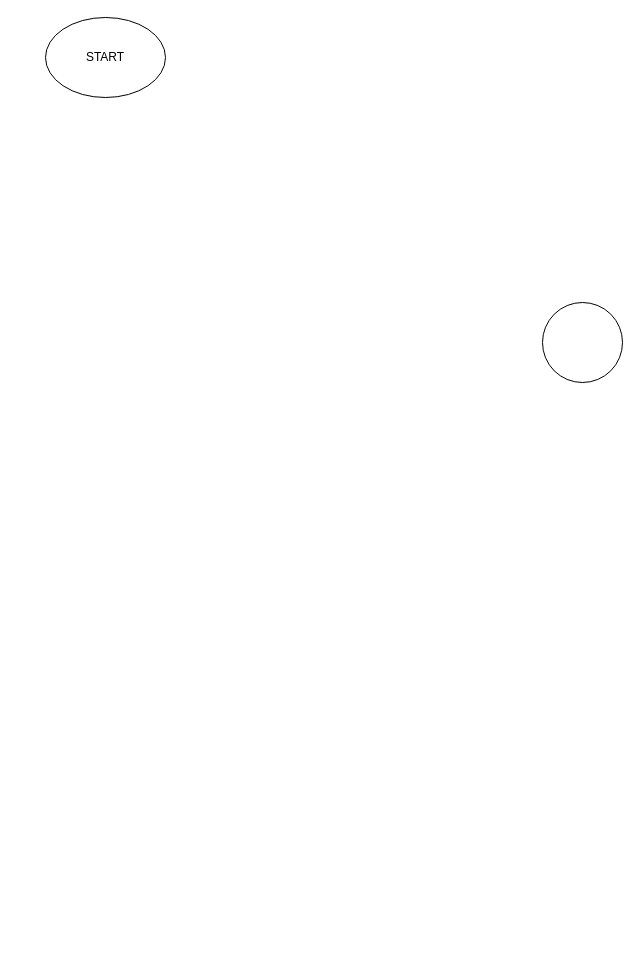
This is page "페이지-3" (3 of 3) of Project_YachtDice/JOIN_MEMBER_FLOW_CHART.drawio from Hara-JS/hara, a draw.io file, before an edit. Source tidied: cells renumbered, new cells numbered last; positions are measured from the earlier drawing's top-left corner, leaving out a move shared by most shapes. Both pictures are drawn from the tidied source at 100%, with x=0, y=0 at pixel (45, 17).
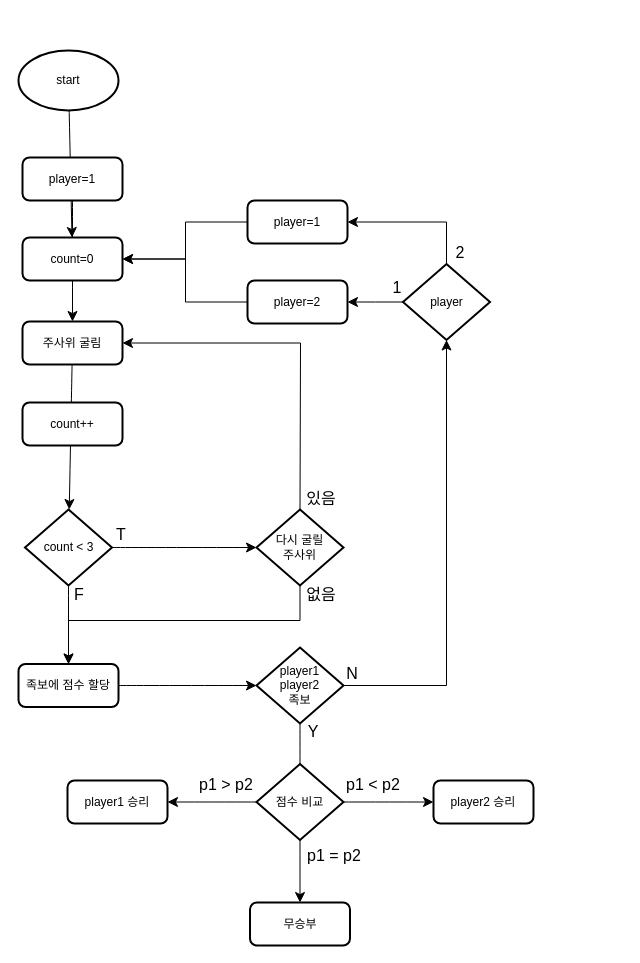
Above is the later version.

Diff of the diagram source:
```diff
@@
-    <mxCell id="2" style="ellipse;whiteSpace=wrap;html=1;" parent="1" vertex="1">
-      <mxGeometry x="497" y="285" width="80" height="80" as="geometry" />
-    </mxCell>
-    <mxCell id="3" value="START" style="ellipse;whiteSpace=wrap;html=1;" parent="1" vertex="1">
-      <mxGeometry width="120" height="80" as="geometry" />
-    </mxCell>
+    <mxCell id="4" style="edgeStyle=none;curved=1;rounded=0;jettySize=auto;html=1;fontSize=12;startSize=8;endSize=8;" parent="1" edge="1" source="5" target="8">
+      <mxGeometry relative="1" as="geometry" />
+    </mxCell>
+    <mxCell id="5" value="start" style="strokeWidth=2;html=1;shape=mxgraph.flowchart.start_1;whiteSpace=wrap;" parent="1" vertex="1">
+      <mxGeometry x="-27" y="33" width="100" height="60" as="geometry" />
+    </mxCell>
+    <mxCell id="6" style="edgeStyle=none;curved=1;rounded=0;jettySize=auto;html=1;fontSize=12;startSize=8;endSize=8;" parent="1" edge="1" source="7" target="10">
+      <mxGeometry relative="1" as="geometry" />
+    </mxCell>
+    <mxCell id="7" value="player=1" style="rounded=1;whiteSpace=wrap;html=1;absoluteArcSize=1;arcSize=14;strokeWidth=2;" parent="1" vertex="1">
+      <mxGeometry x="-23" y="140" width="100" height="43" as="geometry" />
+    </mxCell>
+    <mxCell id="8" value="count=0" style="rounded=1;whiteSpace=wrap;html=1;absoluteArcSize=1;arcSize=14;strokeWidth=2;" parent="1" vertex="1">
+      <mxGeometry x="-23" y="220" width="100" height="43" as="geometry" />
+    </mxCell>
+    <mxCell id="9" style="edgeStyle=none;curved=1;rounded=0;jettySize=auto;html=1;fontSize=12;startSize=8;endSize=8;" parent="1" edge="1" source="10" target="14">
+      <mxGeometry relative="1" as="geometry" />
+    </mxCell>
+    <mxCell id="10" value="주사위 굴림" style="rounded=1;whiteSpace=wrap;html=1;absoluteArcSize=1;arcSize=14;strokeWidth=2;" parent="1" vertex="1">
+      <mxGeometry x="-23" y="304" width="100" height="43" as="geometry" />
+    </mxCell>
+    <mxCell id="11" value="count++" style="rounded=1;whiteSpace=wrap;html=1;absoluteArcSize=1;arcSize=14;strokeWidth=2;" parent="1" vertex="1">
+      <mxGeometry x="-23" y="385" width="100" height="43" as="geometry" />
+    </mxCell>
+    <mxCell id="12" style="edgeStyle=none;curved=1;rounded=0;jettySize=auto;html=1;exitX=0.5;exitY=1;exitDx=0;exitDy=0;exitPerimeter=0;fontSize=12;startSize=8;endSize=8;" parent="1" edge="1" source="14" target="17">
+      <mxGeometry relative="1" as="geometry" />
+    </mxCell>
+    <mxCell id="13" style="edgeStyle=none;curved=1;rounded=0;jettySize=auto;html=1;fontSize=12;startSize=8;endSize=8;" parent="1" edge="1" source="14" target="15">
+      <mxGeometry relative="1" as="geometry" />
+    </mxCell>
+    <mxCell id="14" value="count &amp;lt; 3" style="strokeWidth=2;html=1;shape=mxgraph.flowchart.decision;whiteSpace=wrap;" parent="1" vertex="1">
+      <mxGeometry x="-20.5" y="492" width="87" height="76" as="geometry" />
+    </mxCell>
+    <mxCell id="15" value="다시 굴릴&lt;div&gt;주사위&lt;/div&gt;" style="strokeWidth=2;html=1;shape=mxgraph.flowchart.decision;whiteSpace=wrap;" parent="1" vertex="1">
+      <mxGeometry x="211" y="492" width="87" height="76" as="geometry" />
+    </mxCell>
+    <mxCell id="16" style="edgeStyle=none;curved=1;rounded=0;jettySize=auto;html=1;fontSize=12;startSize=8;endSize=8;" parent="1" edge="1" source="17" target="19">
+      <mxGeometry relative="1" as="geometry" />
+    </mxCell>
+    <mxCell id="17" value="족보에 점수 할당" style="rounded=1;whiteSpace=wrap;html=1;absoluteArcSize=1;arcSize=14;strokeWidth=2;" parent="1" vertex="1">
+      <mxGeometry x="-27" y="646.5" width="100" height="43" as="geometry" />
+    </mxCell>
+    <mxCell id="18" style="edgeStyle=none;curved=1;rounded=0;jettySize=auto;html=1;fontSize=12;startSize=8;endSize=8;" parent="1" edge="1" source="19" target="24">
+      <mxGeometry relative="1" as="geometry" />
+    </mxCell>
+    <mxCell id="19" value="player1&lt;div&gt;player2&lt;/div&gt;&lt;div&gt;족보&lt;/div&gt;" style="strokeWidth=2;html=1;shape=mxgraph.flowchart.decision;whiteSpace=wrap;" parent="1" vertex="1">
+      <mxGeometry x="211" y="630" width="87" height="76" as="geometry" />
+    </mxCell>
+    <mxCell id="20" style="edgeStyle=none;curved=1;rounded=0;jettySize=auto;html=1;fontSize=12;startSize=8;endSize=8;" parent="1" edge="1" source="22" target="23">
+      <mxGeometry relative="1" as="geometry" />
+    </mxCell>
+    <mxCell id="21" style="edgeStyle=none;curved=1;rounded=0;jettySize=auto;html=1;fontSize=12;startSize=8;endSize=8;" parent="1" edge="1" source="22" target="25">
+      <mxGeometry relative="1" as="geometry" />
+    </mxCell>
+    <mxCell id="22" value="점수 비교" style="strokeWidth=2;html=1;shape=mxgraph.flowchart.decision;whiteSpace=wrap;" parent="1" vertex="1">
+      <mxGeometry x="211" y="746.5" width="87" height="76" as="geometry" />
+    </mxCell>
+    <mxCell id="23" value="player1 승리" style="rounded=1;whiteSpace=wrap;html=1;absoluteArcSize=1;arcSize=14;strokeWidth=2;" parent="1" vertex="1">
+      <mxGeometry x="22" y="763" width="100" height="43" as="geometry" />
+    </mxCell>
+    <mxCell id="24" value="무승부" style="rounded=1;whiteSpace=wrap;html=1;absoluteArcSize=1;arcSize=14;strokeWidth=2;" parent="1" vertex="1">
+      <mxGeometry x="204.5" y="885" width="100" height="43" as="geometry" />
+    </mxCell>
+    <mxCell id="25" value="player2 승리" style="rounded=1;whiteSpace=wrap;html=1;absoluteArcSize=1;arcSize=14;strokeWidth=2;" parent="1" vertex="1">
+      <mxGeometry x="388" y="763" width="100" height="43" as="geometry" />
+    </mxCell>
+    <mxCell id="26" value="player" style="strokeWidth=2;html=1;shape=mxgraph.flowchart.decision;whiteSpace=wrap;" parent="1" vertex="1">
+      <mxGeometry x="357.5" y="246.5" width="87" height="76" as="geometry" />
+    </mxCell>
+    <mxCell id="27" value="player=1" style="rounded=1;whiteSpace=wrap;html=1;absoluteArcSize=1;arcSize=14;strokeWidth=2;" parent="1" vertex="1">
+      <mxGeometry x="202" y="183" width="100" height="43" as="geometry" />
+    </mxCell>
+    <mxCell id="28" value="player=2" style="rounded=1;whiteSpace=wrap;html=1;absoluteArcSize=1;arcSize=14;strokeWidth=2;" parent="1" vertex="1">
+      <mxGeometry x="202" y="263" width="100" height="43" as="geometry" />
+    </mxCell>
+    <mxCell id="29" style="edgeStyle=elbowEdgeStyle;elbow=vertical;endArrow=classic;html=1;curved=0;rounded=0;endSize=8;startSize=8;fontSize=12;exitX=0.5;exitY=1;exitDx=0;exitDy=0;exitPerimeter=0;entryX=0.5;entryY=0;entryDx=0;entryDy=0;" parent="1" edge="1" source="15" target="17">
+      <mxGeometry relative="1" as="geometry">
+        <Array as="points">
+          <mxPoint x="139" y="603" />
+        </Array>
+      </mxGeometry>
+    </mxCell>
+    <mxCell id="30" style="edgeStyle=elbowEdgeStyle;elbow=vertical;endArrow=classic;html=1;curved=0;rounded=0;endSize=8;startSize=8;fontSize=12;exitX=1;exitY=0.5;exitDx=0;exitDy=0;exitPerimeter=0;entryX=0.5;entryY=1;entryDx=0;entryDy=0;entryPerimeter=0;" parent="1" edge="1" source="19" target="26">
+      <mxGeometry relative="1" as="geometry">
+        <Array as="points">
+          <mxPoint x="396" y="668" />
+        </Array>
+      </mxGeometry>
+    </mxCell>
+    <mxCell id="31" style="edgeStyle=elbowEdgeStyle;elbow=horizontal;endArrow=classic;html=1;curved=0;rounded=0;endSize=8;startSize=8;fontSize=12;exitX=0;exitY=0.5;exitDx=0;exitDy=0;exitPerimeter=0;entryX=1;entryY=0.5;entryDx=0;entryDy=0;" parent="1" edge="1" source="26" target="28">
+      <mxGeometry relative="1" as="geometry" />
+    </mxCell>
+    <mxCell id="32" style="edgeStyle=elbowEdgeStyle;elbow=horizontal;endArrow=classic;html=1;curved=0;rounded=0;endSize=8;startSize=8;fontSize=12;exitX=0.5;exitY=0;exitDx=0;exitDy=0;exitPerimeter=0;entryX=1;entryY=0.5;entryDx=0;entryDy=0;" parent="1" edge="1" source="26" target="27">
+      <mxGeometry relative="1" as="geometry">
+        <Array as="points">
+          <mxPoint x="401" y="196" />
+        </Array>
+      </mxGeometry>
+    </mxCell>
+    <mxCell id="33" style="edgeStyle=elbowEdgeStyle;elbow=horizontal;endArrow=classic;html=1;curved=0;rounded=0;endSize=8;startSize=8;fontSize=12;exitX=0;exitY=0.5;exitDx=0;exitDy=0;entryX=1;entryY=0.5;entryDx=0;entryDy=0;" parent="1" edge="1" source="27" target="8">
+      <mxGeometry relative="1" as="geometry" />
+    </mxCell>
+    <mxCell id="34" style="edgeStyle=elbowEdgeStyle;elbow=horizontal;endArrow=classic;html=1;curved=0;rounded=0;endSize=8;startSize=8;fontSize=12;exitX=0;exitY=0.5;exitDx=0;exitDy=0;entryX=1;entryY=0.5;entryDx=0;entryDy=0;" parent="1" edge="1" source="28" target="8">
+      <mxGeometry relative="1" as="geometry" />
+    </mxCell>
+    <mxCell id="35" style="edgeStyle=elbowEdgeStyle;elbow=horizontal;endArrow=classic;html=1;curved=0;rounded=0;endSize=8;startSize=8;fontSize=12;exitX=0.5;exitY=0;exitDx=0;exitDy=0;exitPerimeter=0;entryX=1;entryY=0.5;entryDx=0;entryDy=0;" parent="1" edge="1" source="15" target="10">
+      <mxGeometry relative="1" as="geometry">
+        <Array as="points">
+          <mxPoint x="255" y="403" />
+        </Array>
+      </mxGeometry>
+    </mxCell>
+    <mxCell id="36" value="없음" style="text;strokeColor=none;fillColor=none;html=1;align=center;verticalAlign=middle;whiteSpace=wrap;rounded=0;fontSize=16;" parent="1" vertex="1">
+      <mxGeometry x="246.2" y="562" width="60" height="30" as="geometry" />
+    </mxCell>
+    <mxCell id="37" value="Y" style="text;strokeColor=none;fillColor=none;html=1;align=center;verticalAlign=middle;whiteSpace=wrap;rounded=0;fontSize=16;" parent="1" vertex="1">
+      <mxGeometry x="238" y="699" width="60" height="30" as="geometry" />
+    </mxCell>
+    <mxCell id="38" value="N" style="text;strokeColor=none;fillColor=none;html=1;align=center;verticalAlign=middle;whiteSpace=wrap;rounded=0;fontSize=16;" parent="1" vertex="1">
+      <mxGeometry x="277" y="641" width="60" height="30" as="geometry" />
+    </mxCell>
+    <mxCell id="39" value="1" style="text;strokeColor=none;fillColor=none;html=1;align=center;verticalAlign=middle;whiteSpace=wrap;rounded=0;fontSize=16;" parent="1" vertex="1">
+      <mxGeometry x="322" y="255" width="60" height="30" as="geometry" />
+    </mxCell>
+    <mxCell id="40" value="2" style="text;strokeColor=none;fillColor=none;html=1;align=center;verticalAlign=middle;whiteSpace=wrap;rounded=0;fontSize=16;" parent="1" vertex="1">
+      <mxGeometry x="384.5" y="220" width="60" height="30" as="geometry" />
+    </mxCell>
+    <mxCell id="41" value="T" style="text;strokeColor=none;fillColor=none;html=1;align=center;verticalAlign=middle;whiteSpace=wrap;rounded=0;fontSize=16;" parent="1" vertex="1">
+      <mxGeometry x="46" y="502" width="60" height="30" as="geometry" />
+    </mxCell>
+    <mxCell id="42" value="F" style="text;strokeColor=none;fillColor=none;html=1;align=center;verticalAlign=middle;whiteSpace=wrap;rounded=0;fontSize=16;" parent="1" vertex="1">
+      <mxGeometry x="4" y="562" width="60" height="30" as="geometry" />
+    </mxCell>
+    <mxCell id="43" value="있음" style="text;strokeColor=none;fillColor=none;html=1;align=center;verticalAlign=middle;whiteSpace=wrap;rounded=0;fontSize=16;" parent="1" vertex="1">
+      <mxGeometry x="246.2" y="466" width="60" height="30" as="geometry" />
+    </mxCell>
+    <mxCell id="44" value="p1 &amp;gt;&amp;nbsp;&lt;span style=&quot;background-color: initial;&quot;&gt;p2&lt;/span&gt;" style="text;strokeColor=none;fillColor=none;html=1;align=center;verticalAlign=middle;whiteSpace=wrap;rounded=0;fontSize=16;" parent="1" vertex="1">
+      <mxGeometry x="151" y="752" width="60" height="30" as="geometry" />
+    </mxCell>
+    <mxCell id="45" value="p1 &amp;lt;&amp;nbsp;&lt;span style=&quot;background-color: initial;&quot;&gt;p2&lt;/span&gt;" style="text;strokeColor=none;fillColor=none;html=1;align=center;verticalAlign=middle;whiteSpace=wrap;rounded=0;fontSize=16;" parent="1" vertex="1">
+      <mxGeometry x="297.5" y="752" width="60" height="30" as="geometry" />
+    </mxCell>
+    <mxCell id="46" value="p1 =&amp;nbsp;&lt;span style=&quot;background-color: initial;&quot;&gt;p2&lt;/span&gt;" style="text;strokeColor=none;fillColor=none;html=1;align=center;verticalAlign=middle;whiteSpace=wrap;rounded=0;fontSize=16;" parent="1" vertex="1">
+      <mxGeometry x="259" y="822.5" width="60" height="30" as="geometry" />
+    </mxCell>
```
